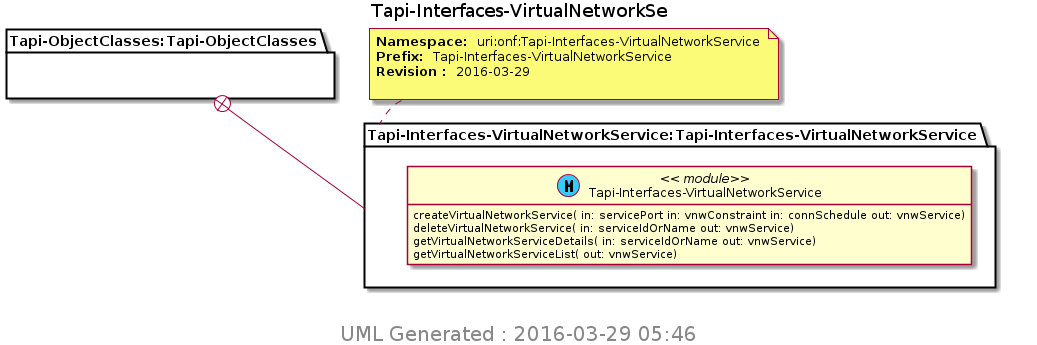
Before: TransportAPI/YANG/pyang_uml/Tapi-Interfaces-VirtualNetworkSe.png, a diagram exported from PlantUML (Open-Network-Models-and-Interfaces-ONMI/TAPI). Source of this version:
```plantuml
@startuml img/Tapi-Interfaces-VirtualNetworkSe.png
hide empty fields
hide empty methods
hide <<case>> circle
hide <<augment>> circle
hide <<choice>> circle
hide <<leafref>> stereotype
hide <<leafref>> circle
page 1x1
Title Tapi-Interfaces-VirtualNetworkSe
package "Tapi-ObjectClasses:Tapi-ObjectClasses" as Tapi_ObjectClasses_Tapi_ObjectClasses {
}
note top of Tapi_Interfaces_VirtualNetworkService_Tapi_Interfaces_VirtualNetworkService : <b>Namespace: </b> uri:onf:Tapi-Interfaces-VirtualNetworkService \n<b>Prefix: </b> Tapi-Interfaces-VirtualNetworkService \n<b>Revision : </b> 2016-03-29 \n
package "Tapi-Interfaces-VirtualNetworkService:Tapi-Interfaces-VirtualNetworkService" as Tapi_Interfaces_VirtualNetworkService_Tapi_Interfaces_VirtualNetworkService {
Tapi_ObjectClasses_Tapi_ObjectClasses +-- Tapi_Interfaces_VirtualNetworkService_Tapi_Interfaces_VirtualNetworkService
class "Tapi-Interfaces-VirtualNetworkService" as Tapi_Interfaces_VirtualNetworkService << (M, #33CCFF) module>>
Tapi_Interfaces_VirtualNetworkService : createVirtualNetworkService( in: servicePort in: vnwConstraint in: connSchedule out: vnwService)
Tapi_Interfaces_VirtualNetworkService : deleteVirtualNetworkService( in: serviceIdOrName out: vnwService)
Tapi_Interfaces_VirtualNetworkService : getVirtualNetworkServiceDetails( in: serviceIdOrName out: vnwService)
Tapi_Interfaces_VirtualNetworkService : getVirtualNetworkServiceList( out: vnwService)
}

center footer
 <size:20> UML Generated : 2016-03-29 05:46 </size>
 endfooter
@enduml
```
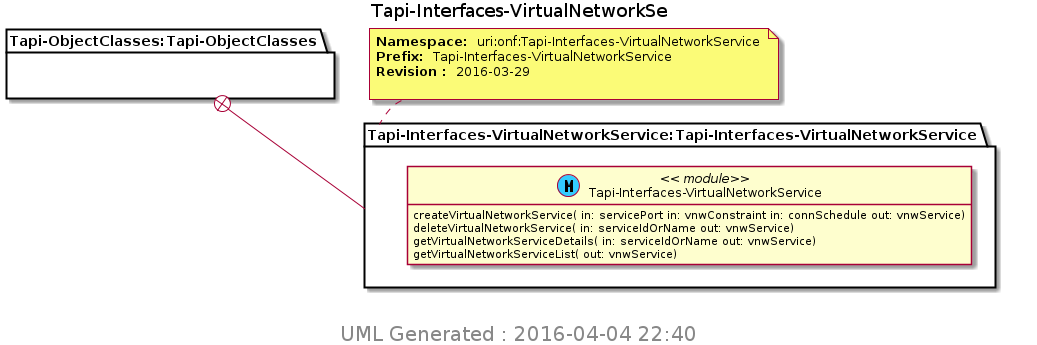
Above is the later version.

What changed in the source:
```diff
@@ -21,6 +21,6 @@
 }
 
 center footer
- <size:20> UML Generated : 2016-03-29 05:46 </size>
+ <size:20> UML Generated : 2016-04-04 22:40 </size>
  endfooter
 @enduml
```
